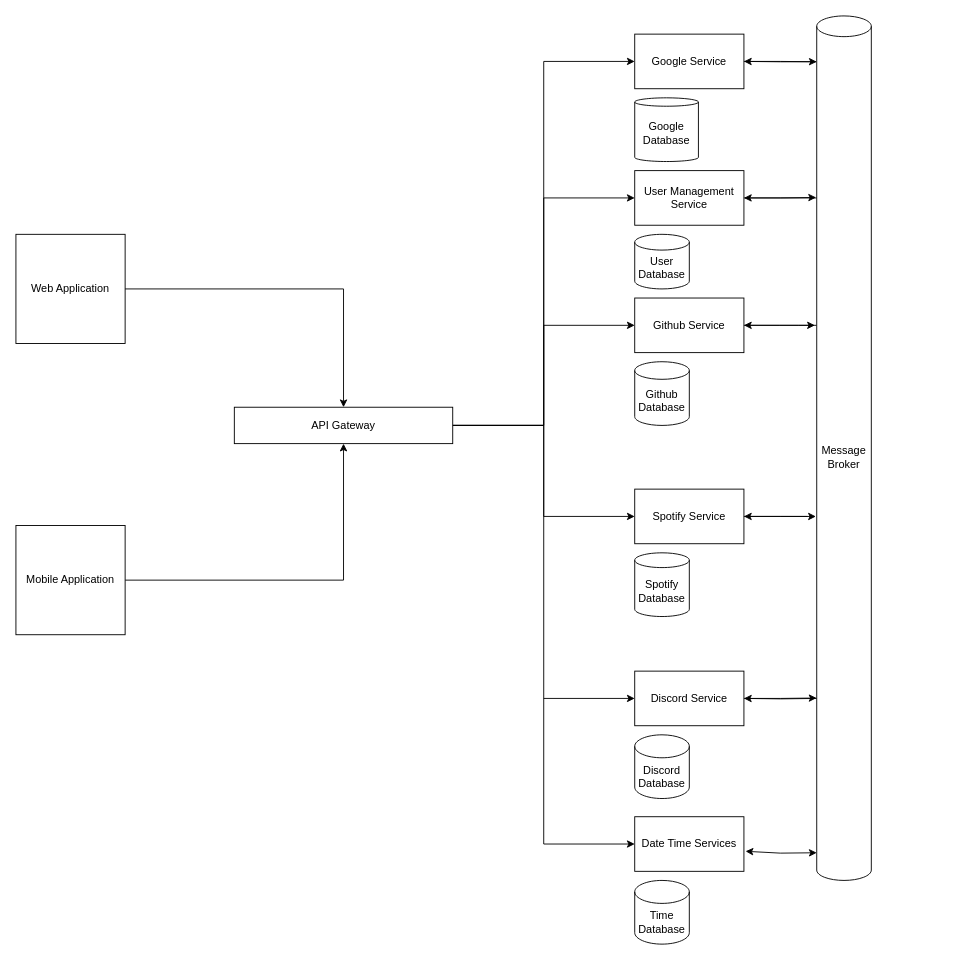
Before: Area.drawio in edward-lalande/AREA, a draw.io diagram. Source tidied: cells renumbered, new cells numbered last; positions are measured from the earlier drawing's top-left corner, leaving out a move shared by most shapes. Both pictures are drawn from the tidied source at 91%, with x=0, y=0 at pixel (15, 15).
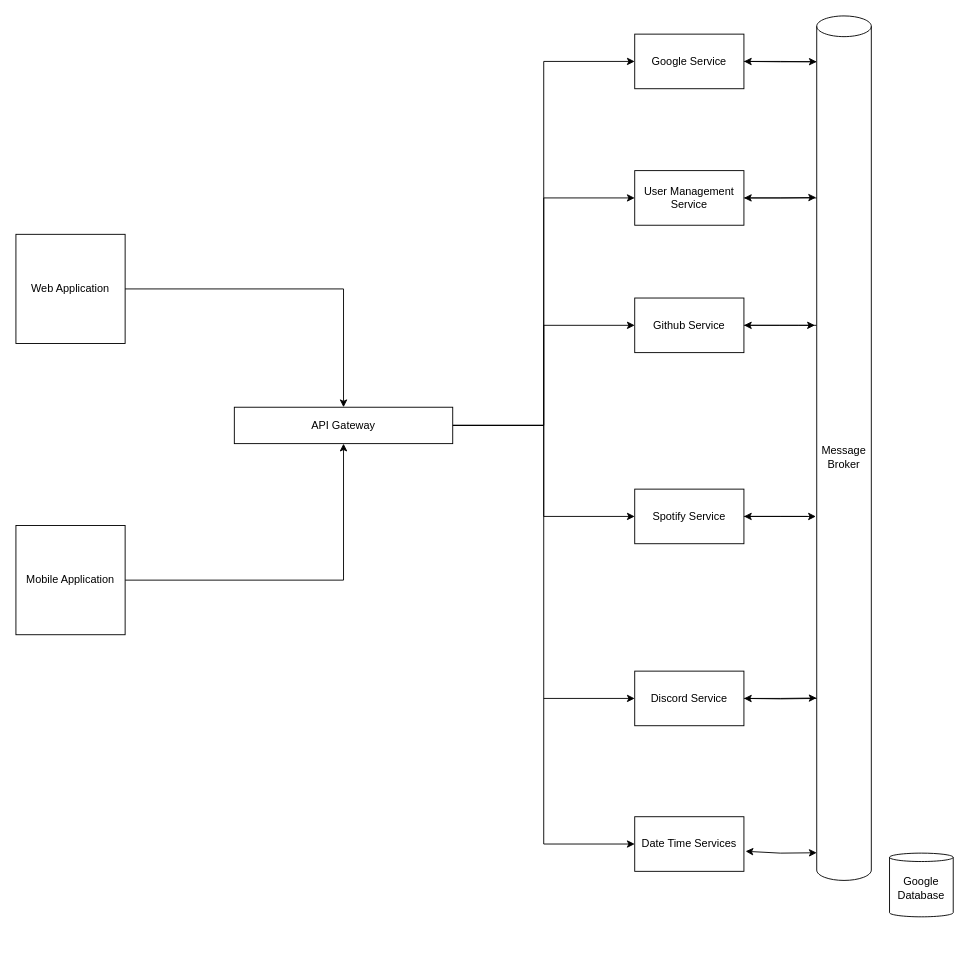
The same diagram, later.

Commit message:
fix(UML): diagram updated

The edit, as a diff of the source:
```diff
@@
     <mxCell id="13" value="Google Database" style="shape=cylinder3;whiteSpace=wrap;html=1;boundedLbl=1;backgroundOutline=1;size=4.612903225806377;" parent="1" vertex="1">
-      <mxGeometry x="680" y="90" width="70" height="70" as="geometry" />
+      <mxGeometry x="960" y="920" width="70" height="70" as="geometry" />
     </mxCell>
@@
-    <mxCell id="15" value="Github Database" style="shape=cylinder3;whiteSpace=wrap;html=1;boundedLbl=1;backgroundOutline=1;size=9.666666666666686;" parent="1" vertex="1">
-      <mxGeometry x="680" y="380" width="60" height="70" as="geometry" />
-    </mxCell>
@@
-    <mxCell id="17" value="Spotify Database" style="shape=cylinder3;whiteSpace=wrap;html=1;boundedLbl=1;backgroundOutline=1;size=8.111111111111086;" parent="1" vertex="1">
-      <mxGeometry x="680" y="590" width="60" height="70" as="geometry" />
-    </mxCell>
@@
-    <mxCell id="19" value="Discord Database" style="shape=cylinder3;whiteSpace=wrap;html=1;boundedLbl=1;backgroundOutline=1;size=12.619047619047478;" parent="1" vertex="1">
-      <mxGeometry x="680" y="790" width="60" height="70" as="geometry" />
-    </mxCell>
@@
-    <mxCell id="31" value="User Database" style="shape=cylinder3;whiteSpace=wrap;html=1;boundedLbl=1;backgroundOutline=1;size=8.6666666666668;" parent="1" vertex="1">
-      <mxGeometry x="680" y="240" width="60" height="60" as="geometry" />
-    </mxCell>
@@
-    <mxCell id="34" value="Time Database" style="shape=cylinder3;whiteSpace=wrap;html=1;boundedLbl=1;backgroundOutline=1;size=12.619047619047478;" parent="1" vertex="1">
-      <mxGeometry x="680" y="950" width="60" height="70" as="geometry" />
-    </mxCell>
```
